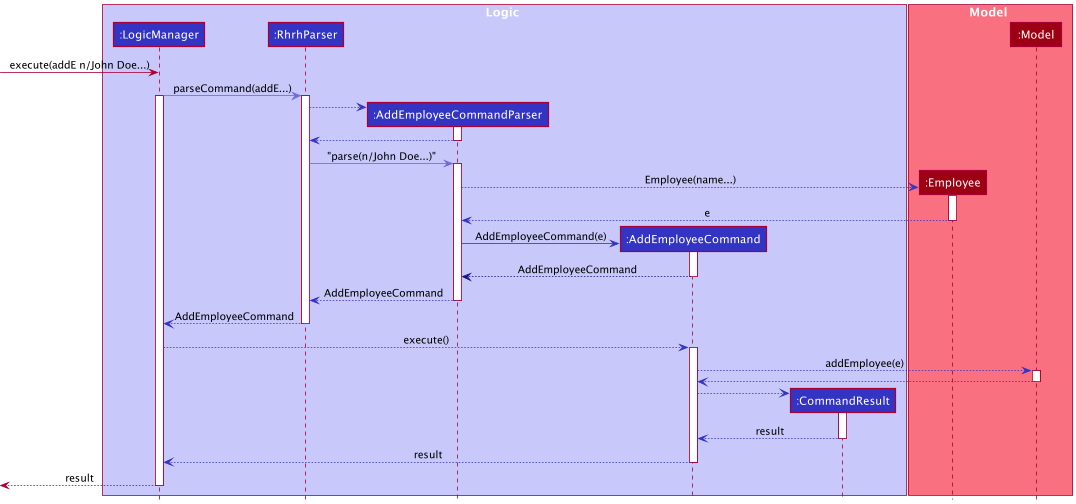
Earlier version of the PlantUML export docs/images/AddEmployeeCommandSequenceDiagram.png (nus-cs2103-AY2122S1/tp). Its diagram source:
```plantuml
@startuml
!include style.puml
box Logic LOGIC_COLOR_T1
participant ":LogicManager" as logicManager LOGIC_COLOR
participant ":RhrhParser" as rhrhParser LOGIC_COLOR
participant ":AddEmployeeCommandParser" as addEmployeeCommandParser LOGIC_COLOR
participant ":AddEmployeeCommand" as command LOGIC_COLOR
participant ":CommandResult" as commandResult LOGIC_COLOR
end box

box Model MODEL_COLOR_T1
participant ":Employee" as employee MODEL_COLOR
participant ":Model" as model MODEL_COLOR
end box


[-> logicManager : execute(addE n/John Doe...)

logicManager -[LOGIC_COLOR_T2]> rhrhParser : parseCommand(addE...)
activate logicManager
activate rhrhParser

create addEmployeeCommandParser
rhrhParser -[LOGIC_COLOR]-> addEmployeeCommandParser
activate addEmployeeCommandParser

addEmployeeCommandParser --[LOGIC_COLOR]> rhrhParser
deactivate addEmployeeCommandParser

rhrhParser -[LOGIC_COLOR_T2]> addEmployeeCommandParser :"parse(n/John Doe...)"
activate addEmployeeCommandParser

create employee
addEmployeeCommandParser -[LOGIC_COLOR]-> employee: Employee(name...)
activate employee

employee -[LOGIC_COLOR]-> addEmployeeCommandParser: e
deactivate employee

create command
addEmployeeCommandParser -[LOGIC_COLOR]> command :AddEmployeeCommand(e)
activate command

command -[LOGIC_COLOR_T4]-> addEmployeeCommandParser :AddEmployeeCommand
deactivate command

addEmployeeCommandParser -[LOGIC_COLOR]-> rhrhParser :AddEmployeeCommand
deactivate addEmployeeCommandParser

rhrhParser -[LOGIC_COLOR]-> logicManager : AddEmployeeCommand
deactivate rhrhParser

logicManager -[LOGIC_COLOR]-> command : execute()
activate command

command -[LOGIC_COLOR]-> model : addEmployee(e)
activate model

model -[LOGIC_COLOR]-> command
deactivate model

create commandResult
command -[LOGIC_COLOR]-> commandResult
activate commandResult

commandResult -[LOGIC_COLOR]-> command : result
deactivate commandResult

command -[LOGIC_COLOR]-> logicManager : result
deactivate command

[<-- logicManager : result
deactivate logicManager
@enduml
```
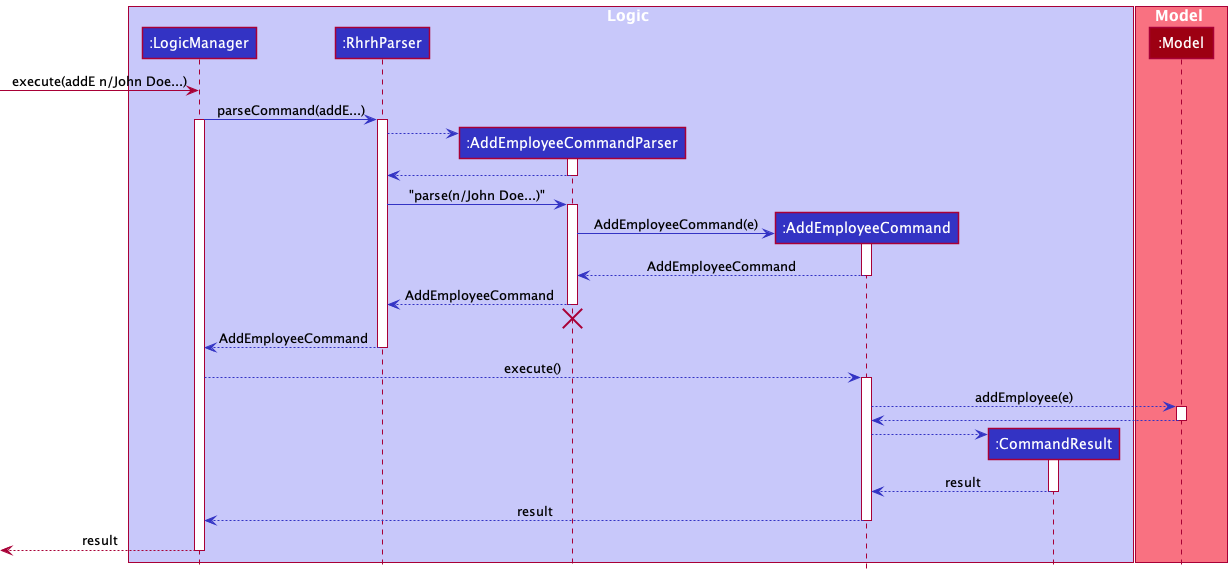
Above is the later version.

Commit message:
Improve Diagrams and format

What changed in the source:
```diff
@@ -9,14 +9,13 @@
 end box
 
 box Model MODEL_COLOR_T1
-participant ":Employee" as employee MODEL_COLOR
 participant ":Model" as model MODEL_COLOR
 end box
 
 
 [-> logicManager : execute(addE n/John Doe...)
 
-logicManager -[LOGIC_COLOR_T2]> rhrhParser : parseCommand(addE...)
+logicManager -[LOGIC_COLOR]> rhrhParser : parseCommand(addE...)
 activate logicManager
 activate rhrhParser
 
@@ -27,25 +26,21 @@
 addEmployeeCommandParser --[LOGIC_COLOR]> rhrhParser
 deactivate addEmployeeCommandParser
 
-rhrhParser -[LOGIC_COLOR_T2]> addEmployeeCommandParser :"parse(n/John Doe...)"
+rhrhParser -[LOGIC_COLOR]> addEmployeeCommandParser :"parse(n/John Doe...)"
 activate addEmployeeCommandParser
-
-create employee
-addEmployeeCommandParser -[LOGIC_COLOR]-> employee: Employee(name...)
-activate employee
-
-employee -[LOGIC_COLOR]-> addEmployeeCommandParser: e
-deactivate employee
 
 create command
 addEmployeeCommandParser -[LOGIC_COLOR]> command :AddEmployeeCommand(e)
 activate command
 
-command -[LOGIC_COLOR_T4]-> addEmployeeCommandParser :AddEmployeeCommand
+command -[LOGIC_COLOR]-> addEmployeeCommandParser :AddEmployeeCommand
 deactivate command
 
 addEmployeeCommandParser -[LOGIC_COLOR]-> rhrhParser :AddEmployeeCommand
 deactivate addEmployeeCommandParser
+
+addEmployeeCommandParser -[hidden]-> rhrhParser
+destroy addEmployeeCommandParser
 
 rhrhParser -[LOGIC_COLOR]-> logicManager : AddEmployeeCommand
 deactivate rhrhParser
```
